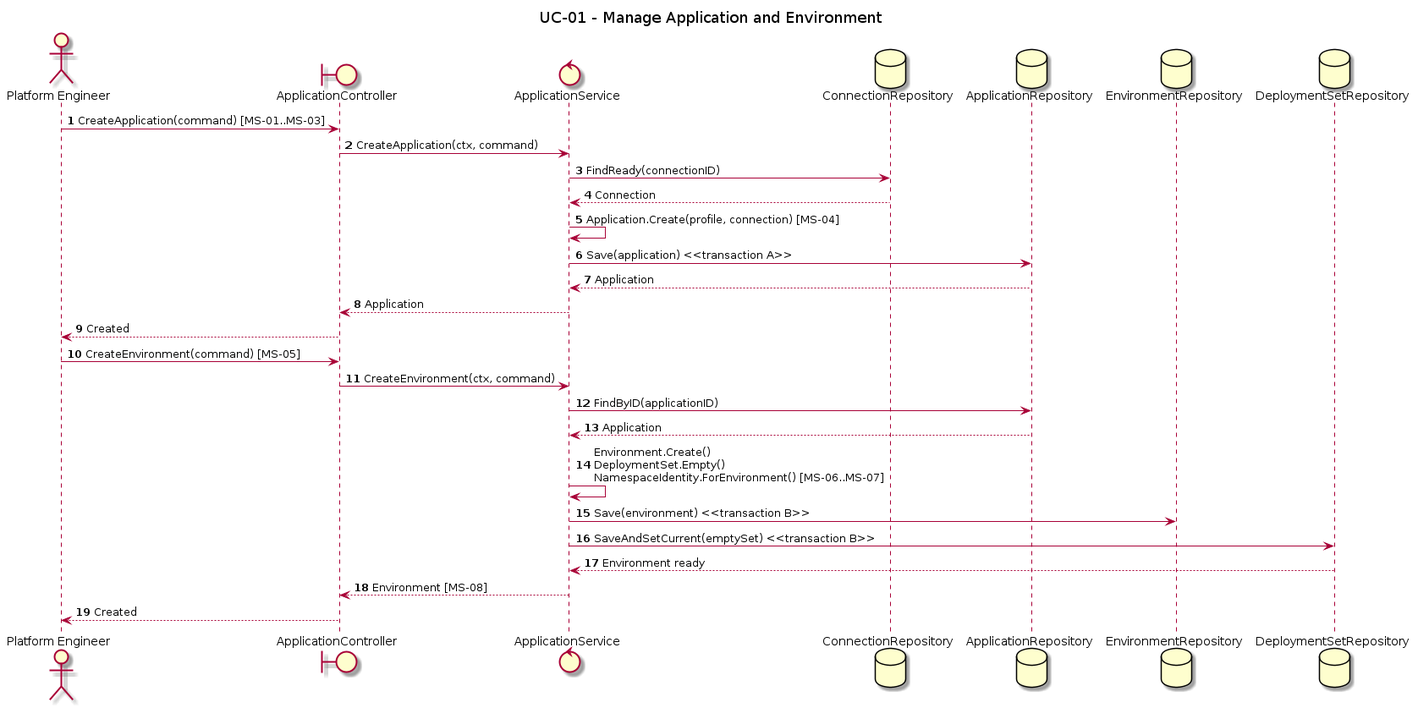
Above: orchestrator_docs/usecase/UC-01/sequence.png in pr3s3nt/poc (PlantUML), before the change. Its source is kept beside it as orchestrator_docs/usecase/UC-01/sequence.puml. The source it was exported from:
```plantuml
@startuml
title UC-01 - Manage Application and Environment
autonumber
actor "Platform Engineer" as PE
boundary ApplicationController as API
control ApplicationService as Service
database ConnectionRepository as ConnectionRepo
database ApplicationRepository as AppRepo
database EnvironmentRepository as EnvRepo
database DeploymentSetRepository as SetRepo

PE -> API: CreateApplication(command) [MS-01..MS-03]
API -> Service: CreateApplication(ctx, command)
Service -> ConnectionRepo: FindReady(connectionID)
ConnectionRepo --> Service: Connection
Service -> Service: Application.Create(profile, connection) [MS-04]
Service -> AppRepo: Save(application) <<transaction A>>
AppRepo --> Service: Application
Service --> API: Application
API --> PE: Created

PE -> API: CreateEnvironment(command) [MS-05]
API -> Service: CreateEnvironment(ctx, command)
Service -> AppRepo: FindByID(applicationID)
AppRepo --> Service: Application
Service -> Service: Environment.Create()\nDeploymentSet.Empty()\nNamespaceIdentity.ForEnvironment() [MS-06..MS-07]
Service -> EnvRepo: Save(environment) <<transaction B>>
Service -> SetRepo: SaveAndSetCurrent(emptySet) <<transaction B>>
SetRepo --> Service: Environment ready
Service --> API: Environment [MS-08]
API --> PE: Created
@enduml
```
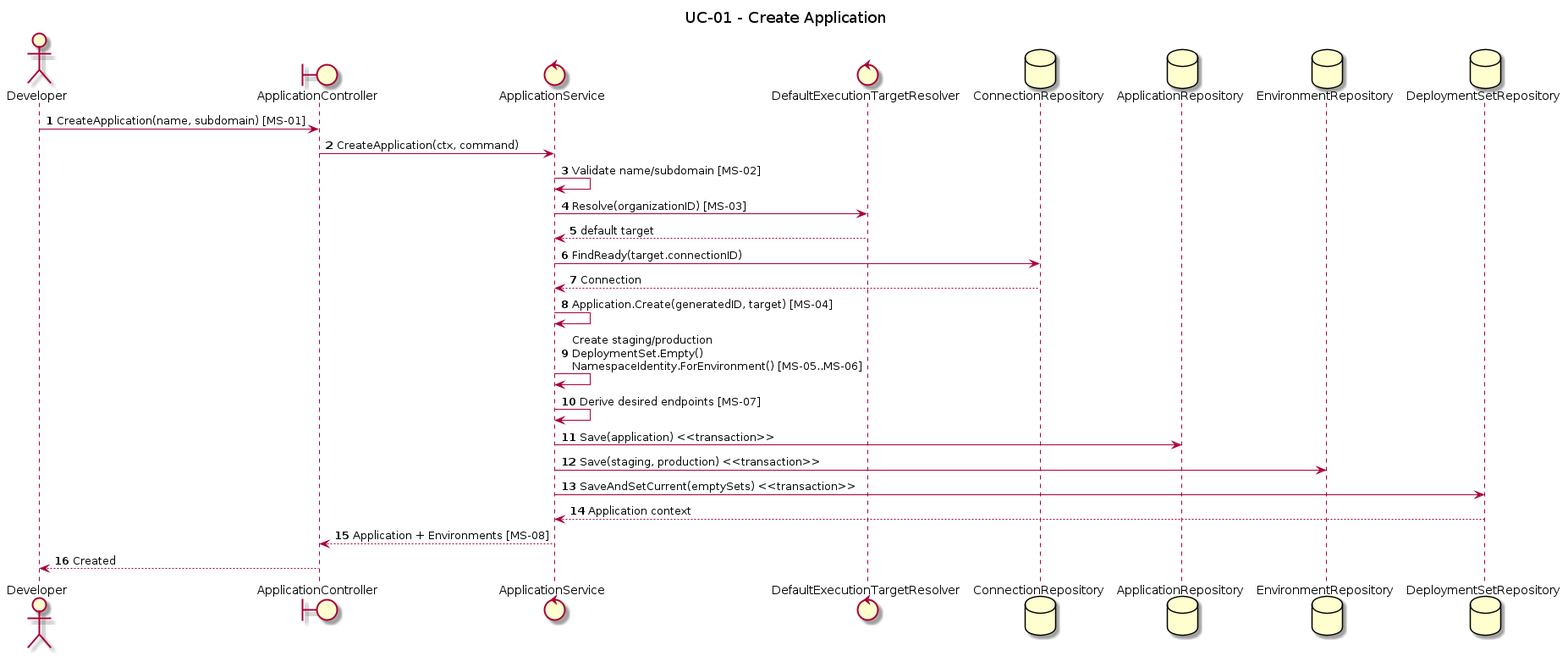
Above is the later version.

The edit, as a diff of the source:
```diff
@@ -1,32 +1,29 @@
 @startuml
-title UC-01 - Manage Application and Environment
+title UC-01 - Create Application
 autonumber
-actor "Platform Engineer" as PE
+actor Developer as Dev
 boundary ApplicationController as API
 control ApplicationService as Service
+control DefaultExecutionTargetResolver as TargetResolver
 database ConnectionRepository as ConnectionRepo
 database ApplicationRepository as AppRepo
 database EnvironmentRepository as EnvRepo
 database DeploymentSetRepository as SetRepo
 
-PE -> API: CreateApplication(command) [MS-01..MS-03]
+Dev -> API: CreateApplication(name, subdomain) [MS-01]
 API -> Service: CreateApplication(ctx, command)
-Service -> ConnectionRepo: FindReady(connectionID)
+Service -> Service: Validate name/subdomain [MS-02]
+Service -> TargetResolver: Resolve(organizationID) [MS-03]
+TargetResolver --> Service: default target
+Service -> ConnectionRepo: FindReady(target.connectionID)
 ConnectionRepo --> Service: Connection
-Service -> Service: Application.Create(profile, connection) [MS-04]
-Service -> AppRepo: Save(application) <<transaction A>>
-AppRepo --> Service: Application
-Service --> API: Application
-API --> PE: Created
-
-PE -> API: CreateEnvironment(command) [MS-05]
-API -> Service: CreateEnvironment(ctx, command)
-Service -> AppRepo: FindByID(applicationID)
-AppRepo --> Service: Application
-Service -> Service: Environment.Create()\nDeploymentSet.Empty()\nNamespaceIdentity.ForEnvironment() [MS-06..MS-07]
-Service -> EnvRepo: Save(environment) <<transaction B>>
-Service -> SetRepo: SaveAndSetCurrent(emptySet) <<transaction B>>
-SetRepo --> Service: Environment ready
-Service --> API: Environment [MS-08]
-API --> PE: Created
+Service -> Service: Application.Create(generatedID, target) [MS-04]
+Service -> Service: Create staging/production\nDeploymentSet.Empty()\nNamespaceIdentity.ForEnvironment() [MS-05..MS-06]
+Service -> Service: Derive desired endpoints [MS-07]
+Service -> AppRepo: Save(application) <<transaction>>
+Service -> EnvRepo: Save(staging, production) <<transaction>>
+Service -> SetRepo: SaveAndSetCurrent(emptySets) <<transaction>>
+SetRepo --> Service: Application context
+Service --> API: Application + Environments [MS-08]
+API --> Dev: Created
 @enduml
```
